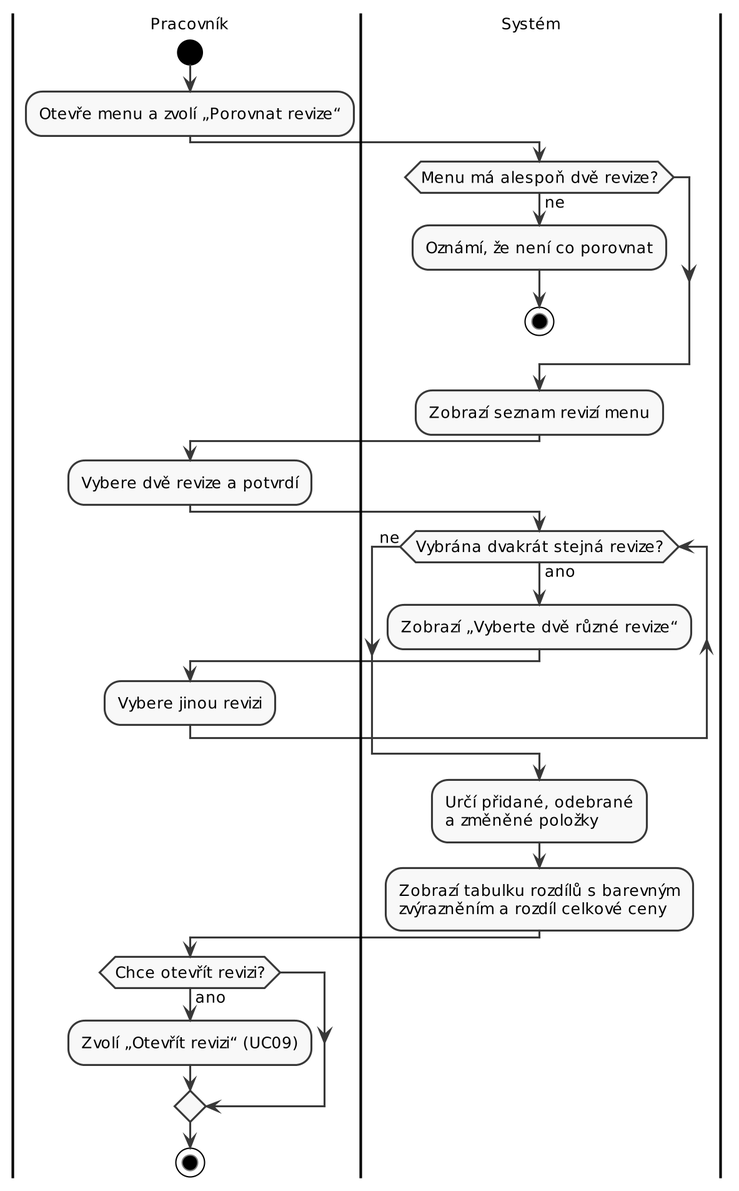
JaZafier00716/VIS keeps this PlantUML diagram as projekt/docs/artefacts/diagrams/act-uc10.png. Above is the earlier version. Its source is kept beside it as projekt/docs/artefacts/diagrams/act-uc10.puml. Its diagram source:
```plantuml
@startuml
!include common.iuml
|Pracovník|
start
:Otevře menu a zvolí „Porovnat revize“;
|Systém|
if (Menu má alespoň dvě revize?) then (ne)
  :Oznámí, že není co porovnat;
  stop
endif
:Zobrazí seznam revizí menu;
|Pracovník|
:Vybere dvě revize a potvrdí;
|Systém|
while (Vybrána dvakrát stejná revize?) is (ano)
  :Zobrazí „Vyberte dvě různé revize“;
  |Pracovník|
  :Vybere jinou revizi;
  |Systém|
endwhile (ne)
:Určí přidané, odebrané\na změněné položky;
:Zobrazí tabulku rozdílů s barevným\nzvýrazněním a rozdíl celkové ceny;
|Pracovník|
if (Chce otevřít revizi?) then (ano)
  :Zvolí „Otevřít revizi“ (UC09);
endif
stop
@enduml
```
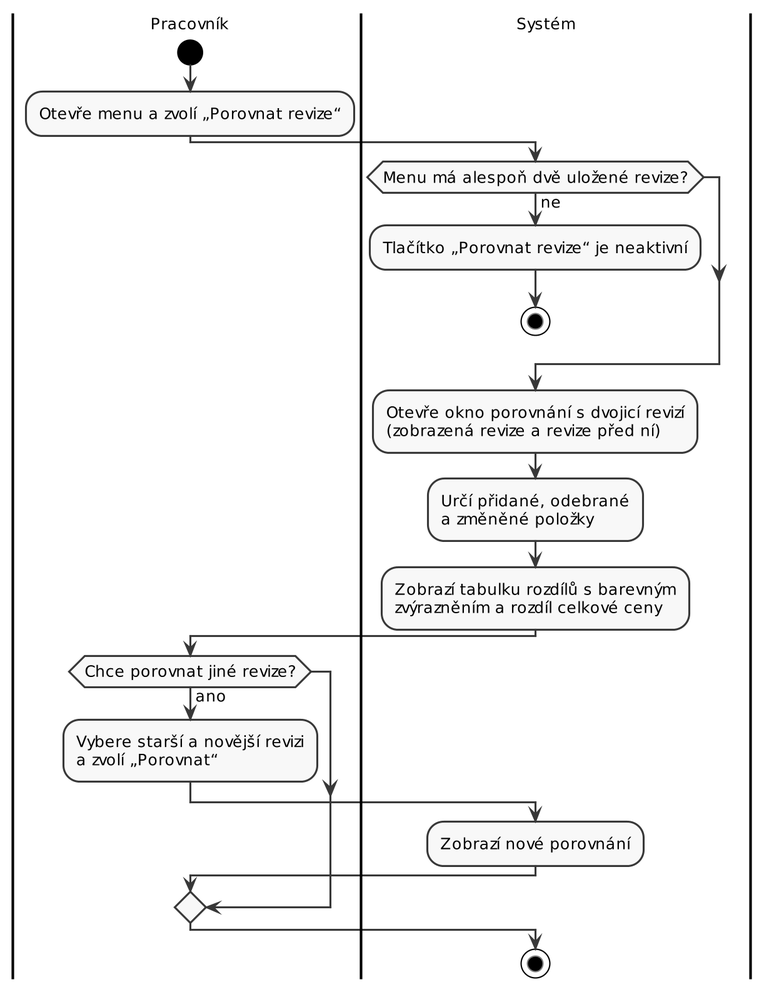
Later version of the same file.

What changed in the source:
```diff
@@ -4,25 +4,18 @@
 start
 :Otevře menu a zvolí „Porovnat revize“;
 |Systém|
-if (Menu má alespoň dvě revize?) then (ne)
-  :Oznámí, že není co porovnat;
+if (Menu má alespoň dvě uložené revize?) then (ne)
+  :Tlačítko „Porovnat revize“ je neaktivní;
   stop
 endif
-:Zobrazí seznam revizí menu;
-|Pracovník|
-:Vybere dvě revize a potvrdí;
-|Systém|
-while (Vybrána dvakrát stejná revize?) is (ano)
-  :Zobrazí „Vyberte dvě různé revize“;
-  |Pracovník|
-  :Vybere jinou revizi;
-  |Systém|
-endwhile (ne)
+:Otevře okno porovnání s dvojicí revizí\n(zobrazená revize a revize před ní);
 :Určí přidané, odebrané\na změněné položky;
 :Zobrazí tabulku rozdílů s barevným\nzvýrazněním a rozdíl celkové ceny;
 |Pracovník|
-if (Chce otevřít revizi?) then (ano)
-  :Zvolí „Otevřít revizi“ (UC09);
+if (Chce porovnat jiné revize?) then (ano)
+  :Vybere starší a novější revizi\na zvolí „Porovnat“;
+  |Systém|
+  :Zobrazí nové porovnání;
 endif
 stop
 @enduml
```
